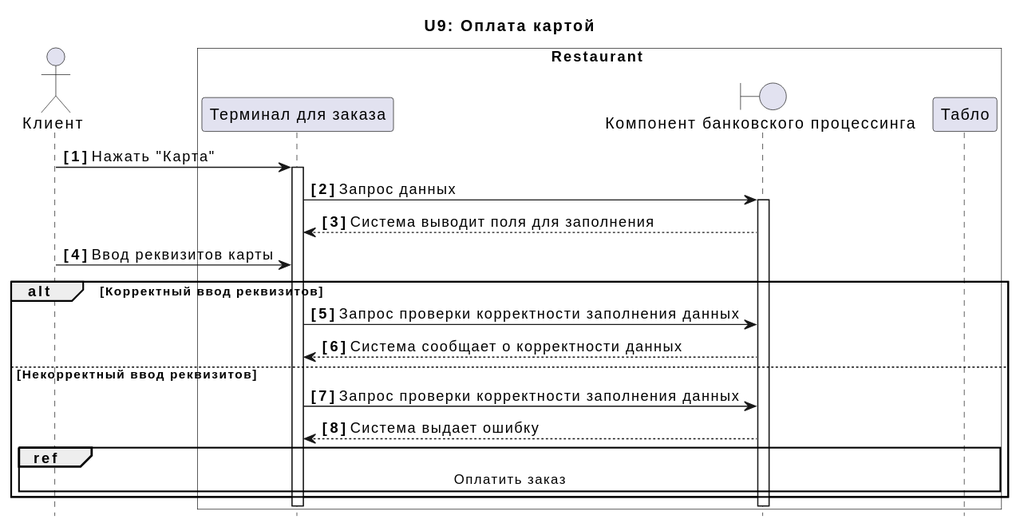
The PlantUML diagram docs/diagrams/include/UC9.svg in xxx996/OTUS_Restaraunt, before a commit. Its diagram source:
```plantuml
@startuml
actor "Клиент" as C

title U9: Оплата картой
box Restaurant #Transparent
participant  "Терминал для заказа" as A
boundary "Компонент банковского процессинга" as B
participant "Табло" as D

end box
hide footbox
autonumber "<b>[0]"
C -> A++:  Нажать "Карта"
A -> B++:  Запрос данных
B --> A:  Система выводит поля для заполнения
C -> A:  Ввод реквизитов карты

alt Корректный ввод реквизитов

A -> B:  Запрос проверки корректности заполнения данных
B --> A:  Система сообщает о корректности данных

else Некорректный ввод реквизитов

A -> B:  Запрос проверки корректности заполнения данных
B --> A:  Система выдает ошибку
ref over C, D:  Оплатить заказ


end
@enduml
```
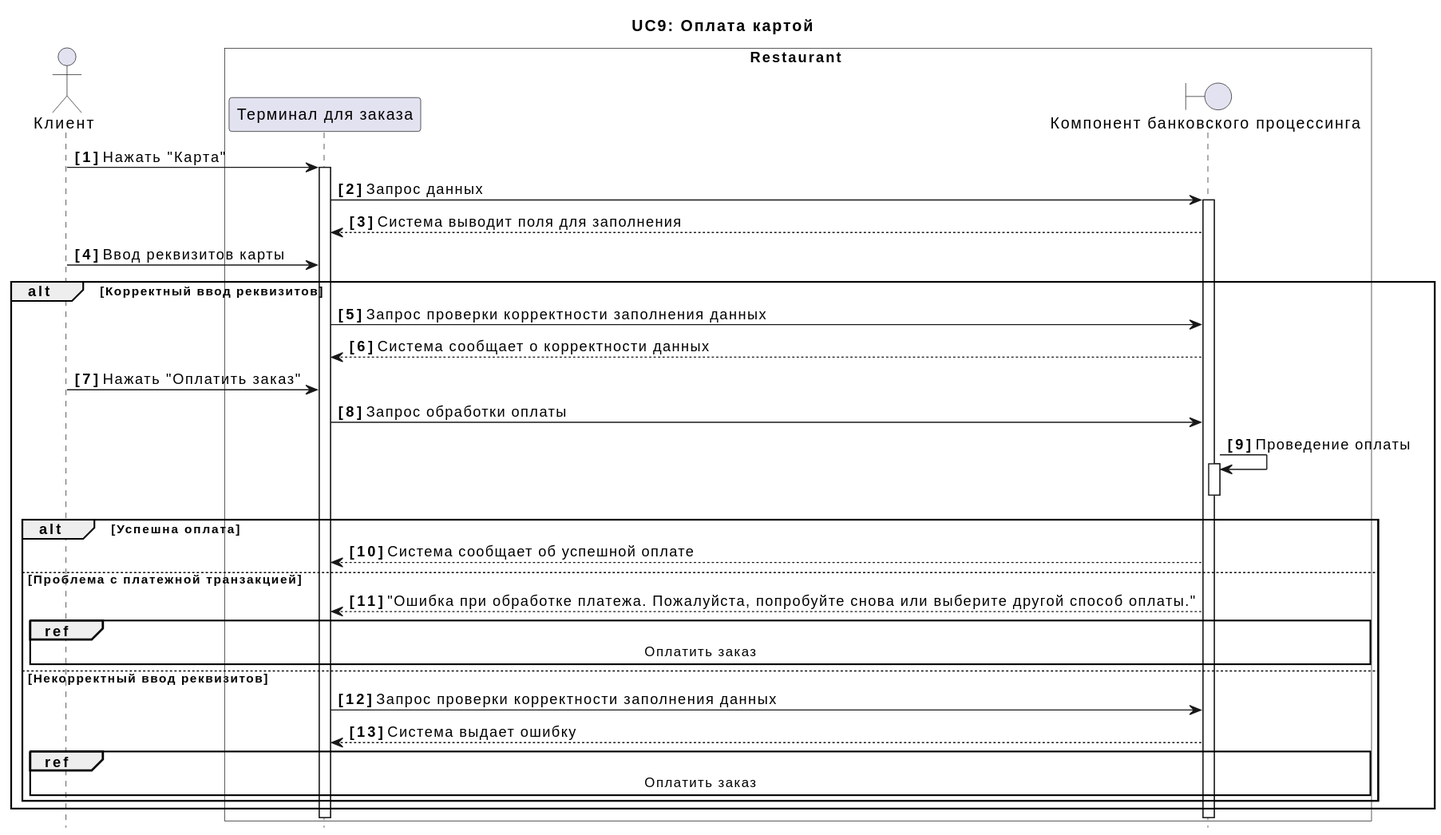
Above is the later version.

Diff of the diagram source:
```diff
@@ -1,11 +1,11 @@
 @startuml
 actor "Клиент" as C
 
-title U9: Оплата картой
+title UC9: Оплата картой
 box Restaurant #Transparent
 participant  "Терминал для заказа" as A
 boundary "Компонент банковского процессинга" as B
-participant "Табло" as D
+
 
 end box
 hide footbox
@@ -19,13 +19,25 @@
 
 A -> B:  Запрос проверки корректности заполнения данных
 B --> A:  Система сообщает о корректности данных
+C -> A:  Нажать "Оплатить заказ"
+A -> B:  Запрос обработки оплаты
+B -> B++:  Проведение оплаты
+B--
+alt Успешна оплата
+B --> A:  Система сообщает об успешной оплате
+
+else Проблема с платежной транзакцией
+
+B --> A: "Ошибка при обработке платежа. Пожалуйста, попробуйте снова или выберите другой способ оплаты."
+
+ref over C, B:  Оплатить заказ
 
 else Некорректный ввод реквизитов
 
 A -> B:  Запрос проверки корректности заполнения данных
 B --> A:  Система выдает ошибку
-ref over C, D:  Оплатить заказ
-
+ref over C, B:  Оплатить заказ
 
 end
+end
 @enduml
```
